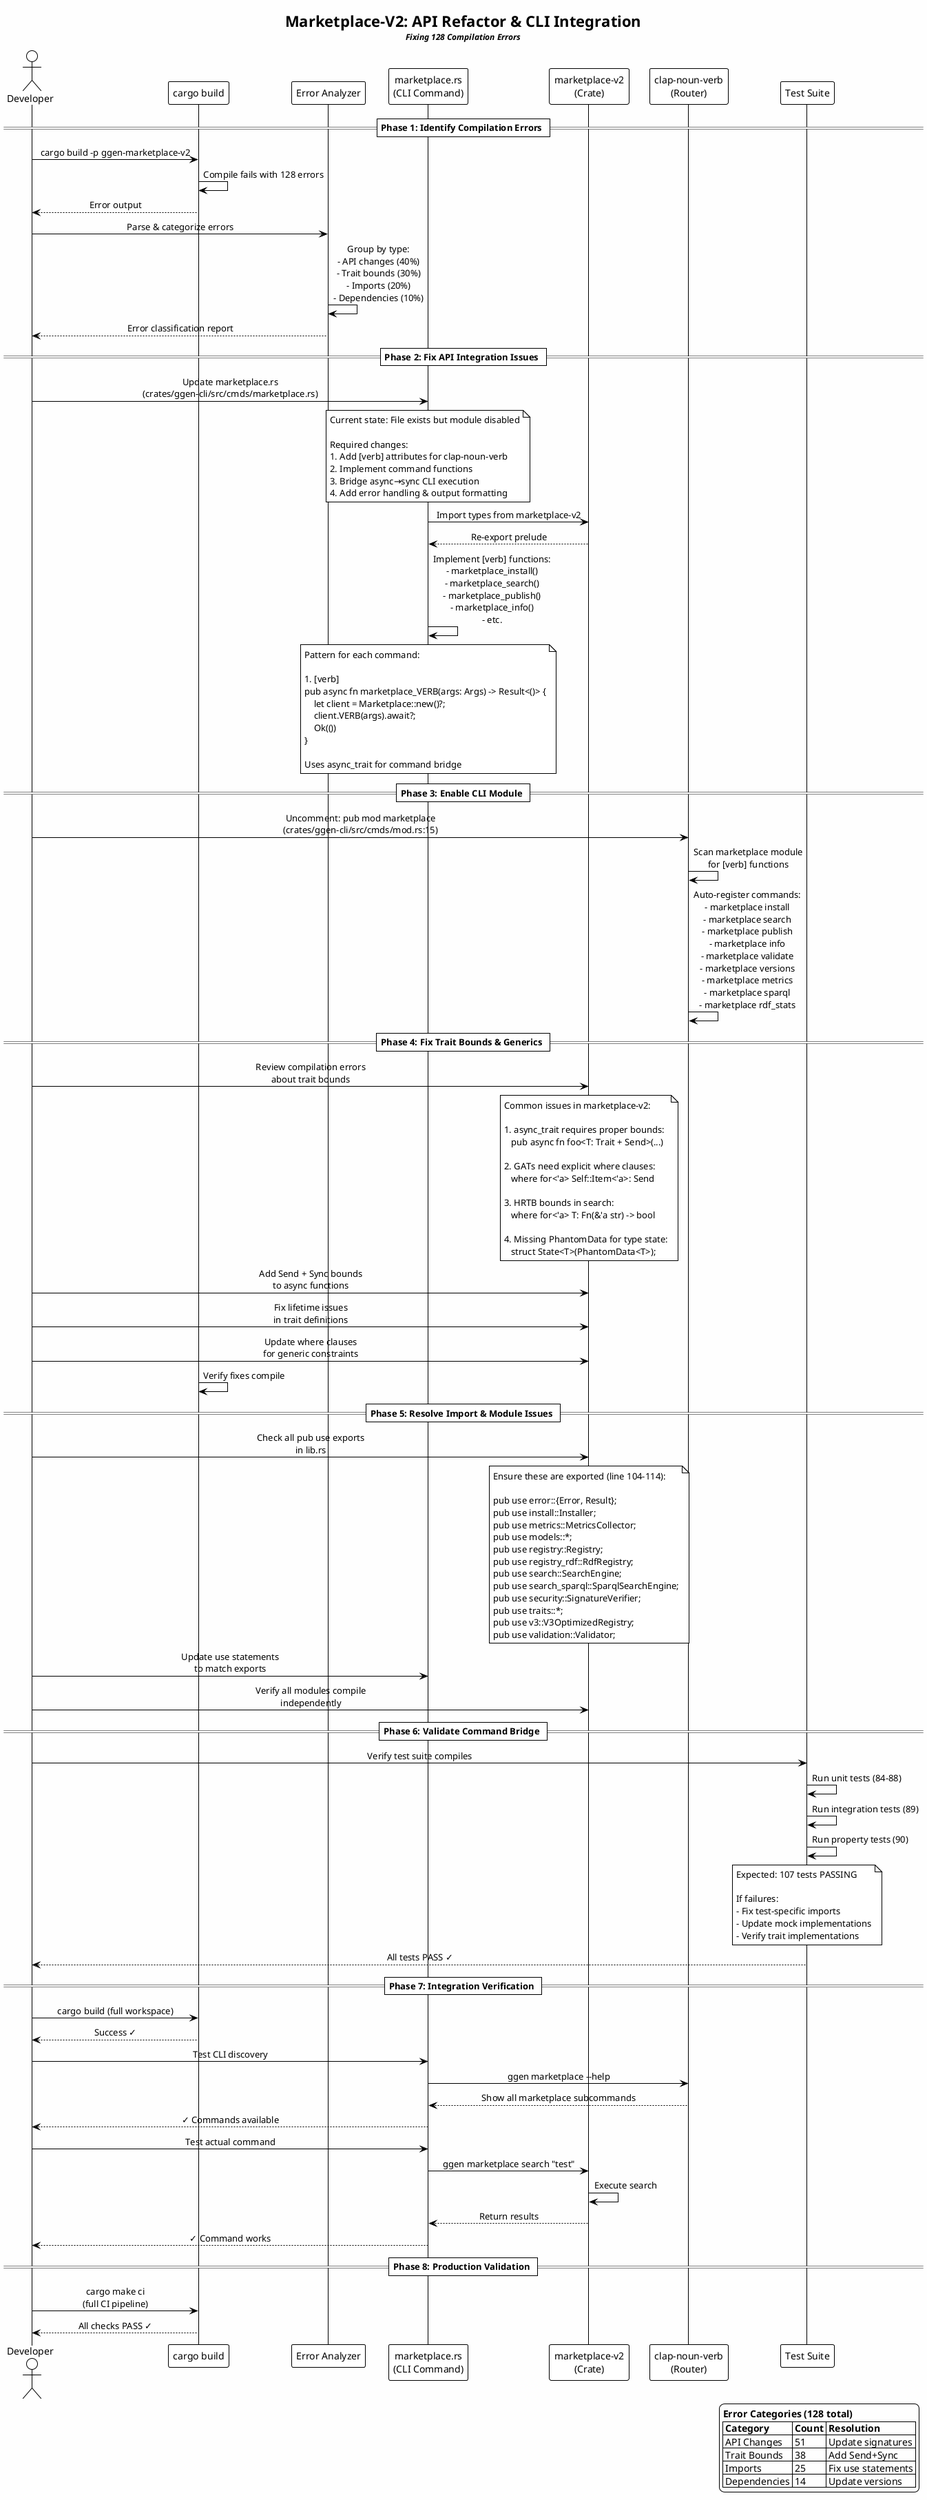
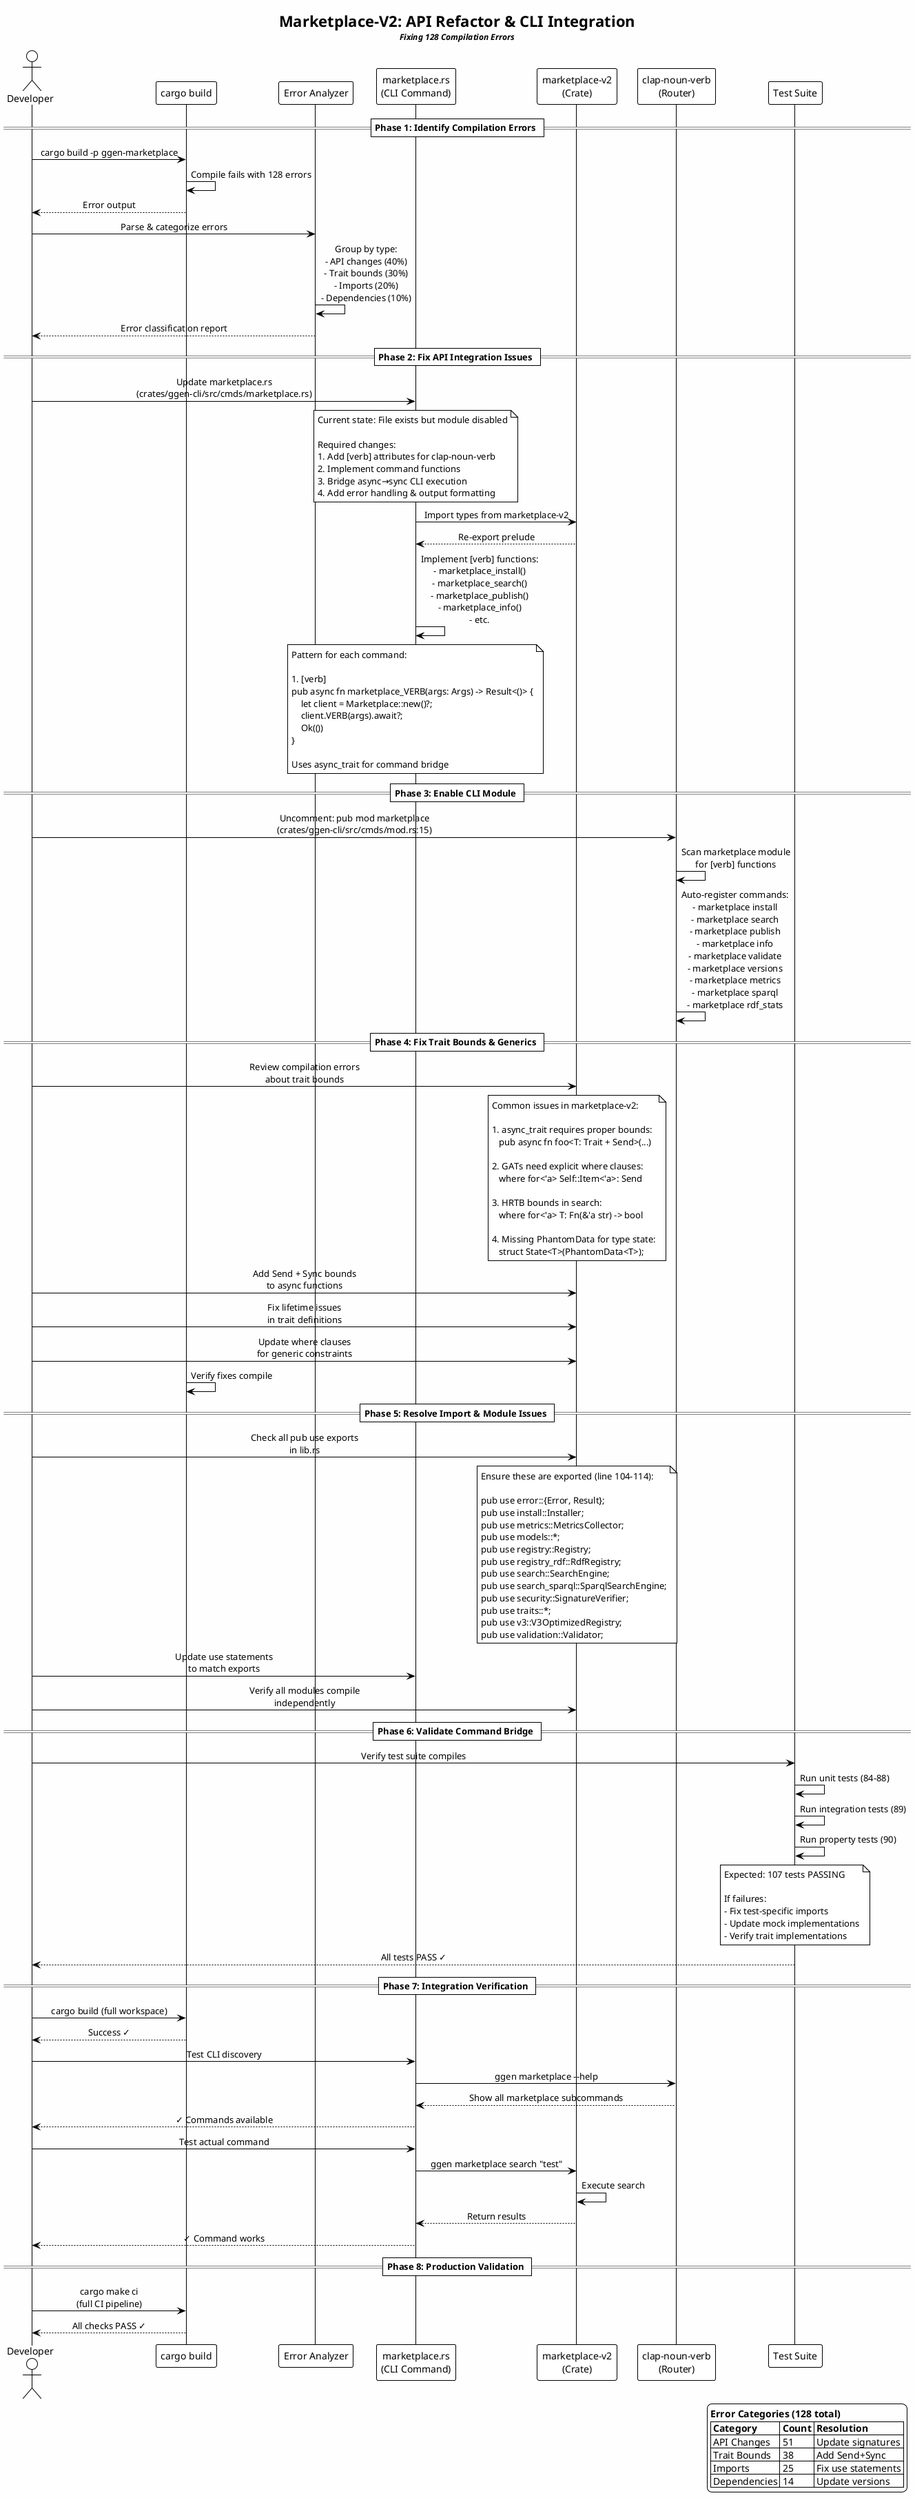
@startuml api-refactor-sequence
!theme plain
skinparam backgroundColor #FEFEFE
skinparam sequenceMessageAlign center
skinparam shadowing false

title **Marketplace-V2: API Refactor & CLI Integration**\n<size:12>//Fixing 128 Compilation Errors//</size>

actor Developer as DEV
participant "cargo build" as BUILD
participant "Error Analyzer" as ANALYZER
participant "marketplace.rs\n(CLI Command)" as CMD
participant "marketplace-v2\n(Crate)" as LIB
participant "clap-noun-verb\n(Router)" as ROUTER
participant "Test Suite" as TESTS

== Phase 1: Identify Compilation Errors ==

- DEV -> BUILD: cargo build -p ggen-marketplace-v2
+ DEV -> BUILD: cargo build -p ggen-marketplace
BUILD -> BUILD: Compile fails with 128 errors
BUILD --> DEV: Error output

DEV -> ANALYZER: Parse & categorize errors
ANALYZER -> ANALYZER: Group by type:\n- API changes (40%)\n- Trait bounds (30%)\n- Imports (20%)\n- Dependencies (10%)

ANALYZER --> DEV: Error classification report

== Phase 2: Fix API Integration Issues ==

DEV -> CMD: Update marketplace.rs\n(crates/ggen-cli/src/cmds/marketplace.rs)

note over CMD
    Current state: File exists but module disabled

    Required changes:
    1. Add [verb] attributes for clap-noun-verb
    2. Implement command functions
    3. Bridge async→sync CLI execution
    4. Add error handling & output formatting
end note

CMD -> LIB: Import types from marketplace-v2
LIB --> CMD: Re-export prelude

CMD -> CMD: Implement [verb] functions:\n- marketplace_install()\n- marketplace_search()\n- marketplace_publish()\n- marketplace_info()\n- etc.

note over CMD
    Pattern for each command:

    #[verb]
    pub async fn marketplace_VERB(args: Args) -> Result<()> {
        let client = Marketplace::new()?;
        client.VERB(args).await?;
        Ok(())
    }

    Uses async_trait for command bridge
end note

== Phase 3: Enable CLI Module ==

DEV -> ROUTER: Uncomment: pub mod marketplace\n(crates/ggen-cli/src/cmds/mod.rs:15)

ROUTER -> ROUTER: Scan marketplace module\nfor [verb] functions

ROUTER -> ROUTER: Auto-register commands:\n- marketplace install\n- marketplace search\n- marketplace publish\n- marketplace info\n- marketplace validate\n- marketplace versions\n- marketplace metrics\n- marketplace sparql\n- marketplace rdf_stats

== Phase 4: Fix Trait Bounds & Generics ==

DEV -> LIB: Review compilation errors\nabout trait bounds

note over LIB
    Common issues in marketplace-v2:

    1. async_trait requires proper bounds:
       pub async fn foo<T: Trait + Send>(...)

    2. GATs need explicit where clauses:
       where for<'a> Self::Item<'a>: Send

    3. HRTB bounds in search:
       where for<'a> T: Fn(&'a str) -> bool

    4. Missing PhantomData for type state:
       struct State<T>(PhantomData<T>);
end note

DEV -> LIB: Add Send + Sync bounds\nto async functions
DEV -> LIB: Fix lifetime issues\nin trait definitions
DEV -> LIB: Update where clauses\nfor generic constraints

BUILD -> BUILD: Verify fixes compile

== Phase 5: Resolve Import & Module Issues ==

DEV -> LIB: Check all pub use exports\nin lib.rs

note over LIB
    Ensure these are exported (line 104-114):

    pub use error::{Error, Result};
    pub use install::Installer;
    pub use metrics::MetricsCollector;
    pub use models::*;
    pub use registry::Registry;
    pub use registry_rdf::RdfRegistry;
    pub use search::SearchEngine;
    pub use search_sparql::SparqlSearchEngine;
    pub use security::SignatureVerifier;
    pub use traits::*;
    pub use v3::V3OptimizedRegistry;
    pub use validation::Validator;
end note

DEV -> CMD: Update use statements\nto match exports
DEV -> LIB: Verify all modules compile\nindependently

== Phase 6: Validate Command Bridge ==

DEV -> TESTS: Verify test suite compiles

TESTS -> TESTS: Run unit tests (84-88)
TESTS -> TESTS: Run integration tests (89)
TESTS -> TESTS: Run property tests (90)

note over TESTS
    Expected: 107 tests PASSING

    If failures:
    - Fix test-specific imports
    - Update mock implementations
    - Verify trait implementations
end note

TESTS --> DEV: All tests PASS ✓

== Phase 7: Integration Verification ==

DEV -> BUILD: cargo build (full workspace)
BUILD --> DEV: Success ✓

DEV -> CMD: Test CLI discovery
CMD -> ROUTER: ggen marketplace --help
ROUTER --> CMD: Show all marketplace subcommands
CMD --> DEV: ✓ Commands available

DEV -> CMD: Test actual command
CMD -> LIB: ggen marketplace search "test"
LIB -> LIB: Execute search
LIB --> CMD: Return results
CMD --> DEV: ✓ Command works

== Phase 8: Production Validation ==

DEV -> BUILD: cargo make ci\n(full CI pipeline)
BUILD --> DEV: All checks PASS ✓

legend right
    <b>Error Categories (128 total)</b>
    |= Category |= Count |= Resolution |
    | API Changes | 51 | Update signatures |
    | Trait Bounds | 38 | Add Send+Sync |
    | Imports | 25 | Fix use statements |
    | Dependencies | 14 | Update versions |
endlegend

@enduml
